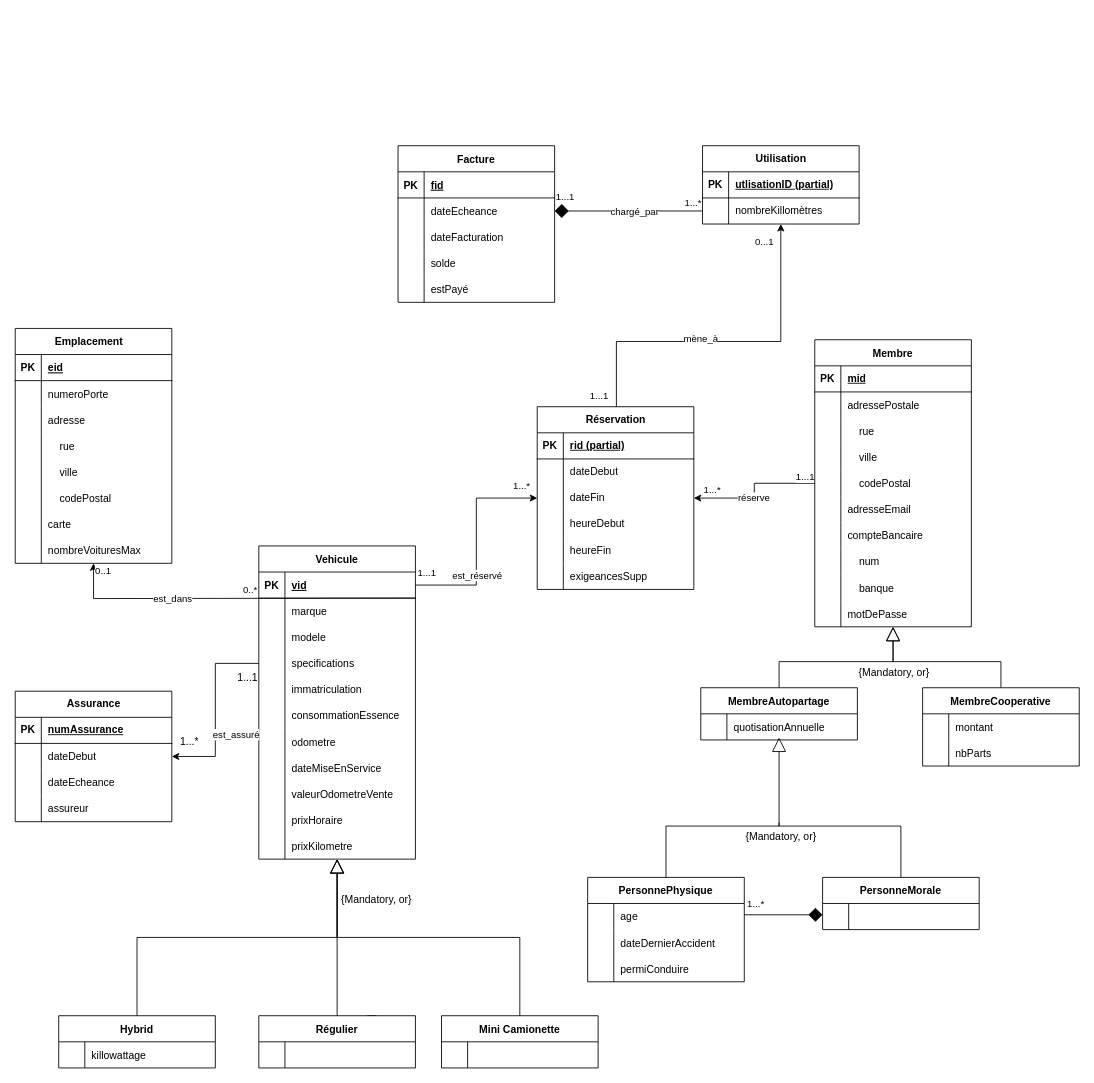
Before: Tp4_Diagram.drawio in R0ma01/INF_3710_tp4, a draw.io diagram. Source tidied: cells renumbered, new cells numbered last; positions are measured from the earlier drawing's top-left corner, leaving out a move shared by most shapes. Both pictures are drawn from the tidied source at 87%, with x=0, y=0 at pixel (15, 145).
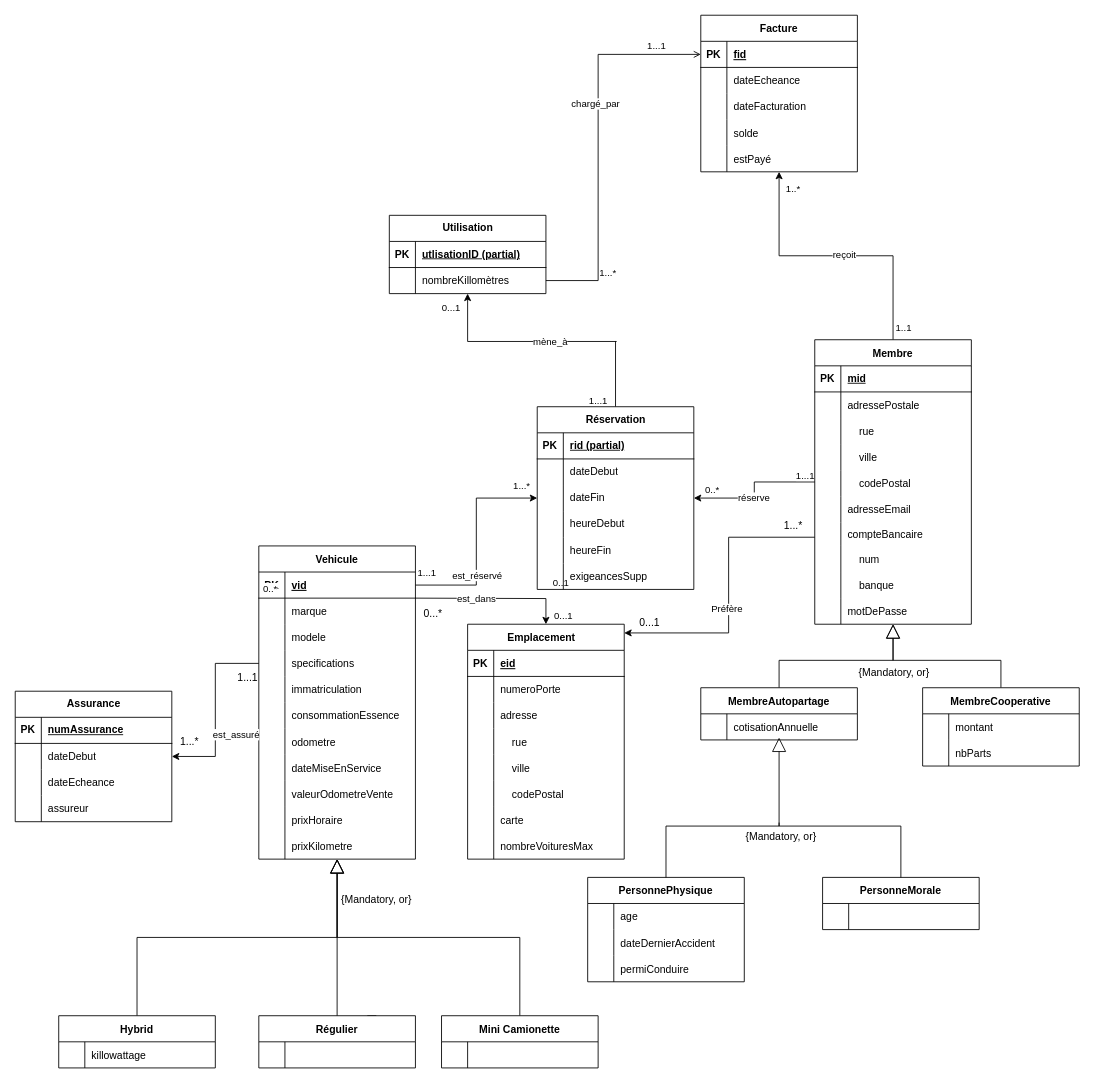
The same diagram, later.

Unchanged cells that the change refers to:
```xml
<mxCell id="105" style="edgeStyle=orthogonalEdgeStyle;rounded=0;jettySize=auto;html=1;exitX=1;exitY=0.5;exitDx=0;exitDy=0;" parent="1" edge="1" target="2">
  <mxGeometry relative="1" as="geometry">
    <mxPoint x="460" y="520" as="sourcePoint" />
  </mxGeometry>
</mxCell>
<mxCell id="111" style="edgeStyle=orthogonalEdgeStyle;rounded=0;jettySize=auto;html=1;entryX=1;entryY=0.5;entryDx=0;entryDy=0;" parent="1" edge="1" source="115" target="203">
  <mxGeometry relative="1" as="geometry" />
</mxCell>
<mxCell id="148" style="shape=tableRow;horizontal=0;startSize=0;swimlaneHead=0;swimlaneBody=0;fillColor=none;points=[[0,0.5],[1,0.5]];portConstraint=eastwest;top=0;left=0;right=0;bottom=0;" parent="147" vertex="1">
  <mxGeometry y="30" width="180" height="30" as="geometry" />
</mxCell>
<mxCell id="153" style="shape=tableRow;horizontal=0;startSize=0;swimlaneHead=0;swimlaneBody=0;fillColor=none;points=[[0,0.5],[1,0.5]];portConstraint=eastwest;top=0;left=0;right=0;bottom=1;" parent="152" vertex="1">
  <mxGeometry y="30" width="180" height="30" as="geometry" />
</mxCell>
<mxCell id="156" style="shape=tableRow;horizontal=0;startSize=0;swimlaneHead=0;swimlaneBody=0;fillColor=none;points=[[0,0.5],[1,0.5]];portConstraint=eastwest;top=0;left=0;right=0;bottom=0;" parent="152" vertex="1">
  <mxGeometry y="60" width="180" height="30" as="geometry" />
</mxCell>
<mxCell id="189" style="shape=tableRow;horizontal=0;startSize=0;swimlaneHead=0;swimlaneBody=0;fillColor=none;points=[[0,0.5],[1,0.5]];portConstraint=eastwest;top=0;left=0;right=0;bottom=0;" parent="185" vertex="1">
  <mxGeometry y="60" width="180" height="30" as="geometry" />
</mxCell>
<mxCell id="192" style="edgeStyle=orthogonalEdgeStyle;rounded=0;jettySize=auto;html=1;entryX=0.5;entryY=1;entryDx=0;entryDy=0;exitX=0.5;exitY=0;exitDx=0;exitDy=0;" parent="1" edge="1" source="196" target="185">
  <mxGeometry relative="1" as="geometry">
    <Array as="points">
      <mxPoint x="691" y="225" />
      <mxPoint x="880" y="225" />
    </Array>
  </mxGeometry>
</mxCell>
```

The edit, as a diff of the source:
```diff
@@
     <mxCell id="2" value="Emplacement   " style="shape=table;startSize=30;childLayout=tableLayout;rowLines=0;fontStyle=1;align=center;" parent="1" vertex="1">
-      <mxGeometry y="210" width="180" height="270" as="geometry" />
+      <mxGeometry x="520" y="550" width="180" height="270" as="geometry" />
     </mxCell>
@@
     <mxCell id="108" value="est_dans" style="edgeLabel;html=1;align=center;verticalAlign=middle;" parent="105" vertex="1">
       <mxGeometry x="-0.06" y="2" relative="1" as="geometry">
-        <mxPoint x="-87" y="-2" as="offset" />
+        <mxPoint x="-15" y="2" as="offset" />
       </mxGeometry>
     </mxCell>
+    <mxCell id="225" value="0...1" style="edgeLabel;html=1;align=center;verticalAlign=middle;" parent="105" vertex="1">
+      <mxGeometry x="-0.83" y="-12" relative="1" as="geometry">
+        <mxPoint x="155" y="8" as="offset" />
+      </mxGeometry>
+    </mxCell>
@@
-    <mxCell id="114" value="1...*" style="edgeLabel;html=1;align=center;verticalAlign=middle;" parent="111" vertex="1">
+    <mxCell id="114" value="0..*" style="edgeLabel;html=1;align=center;verticalAlign=middle;" parent="111" vertex="1">
       <mxGeometry x="0.72" y="-2" relative="1" as="geometry">
         <mxPoint x="-2" y="-8" as="offset" />
       </mxGeometry>
     </mxCell>
+    <mxCell id="226" style="edgeStyle=orthogonalEdgeStyle;rounded=0;jettySize=auto;html=1;" parent="1" edge="1" source="115">
+      <mxGeometry relative="1" as="geometry">
+        <mxPoint x="700" y="560" as="targetPoint" />
+        <Array as="points">
+          <mxPoint x="820" y="450" />
+          <mxPoint x="820" y="560" />
+        </Array>
+      </mxGeometry>
+    </mxCell>
+    <mxCell id="227" value="Préfère" style="edgeLabel;html=1;align=center;verticalAlign=middle;" parent="226" vertex="1">
+      <mxGeometry x="0.1" y="-3" relative="1" as="geometry" />
+    </mxCell>
+    <mxCell id="228" style="edgeStyle=orthogonalEdgeStyle;rounded=0;jettySize=auto;html=1;exitX=0.5;exitY=0;exitDx=0;exitDy=0;" parent="1" edge="1" source="115" target="152">
+      <mxGeometry relative="1" as="geometry" />
+    </mxCell>
+    <mxCell id="229" value="1..*" style="edgeLabel;html=1;align=center;verticalAlign=middle;" parent="228" vertex="1">
+      <mxGeometry x="0.86" y="-7" relative="1" as="geometry">
+        <mxPoint x="8" y="-4" as="offset" />
+      </mxGeometry>
+    </mxCell>
+    <mxCell id="230" value="1..1" style="edgeLabel;html=1;align=center;verticalAlign=middle;" parent="228" vertex="1">
+      <mxGeometry x="-0.85" y="-2" relative="1" as="geometry">
+        <mxPoint x="9" y="9" as="offset" />
+      </mxGeometry>
+    </mxCell>
+    <mxCell id="231" value="reçoit" style="edgeLabel;html=1;align=center;verticalAlign=middle;" parent="228" vertex="1">
+      <mxGeometry x="-0.11" y="-3" relative="1" as="geometry">
+        <mxPoint x="-9" y="2" as="offset" />
+      </mxGeometry>
+    </mxCell>
     <mxCell id="115" value="Membre" style="shape=table;startSize=30;childLayout=tableLayout;rowLines=0;fontStyle=1;align=center;" parent="1" vertex="1">
-      <mxGeometry x="919" y="223" width="180" height="330" as="geometry" />
+      <mxGeometry x="919" y="223" width="180" height="327" as="geometry" />
     </mxCell>
@@
     <mxCell id="134" style="shape=tableRow;horizontal=0;startSize=0;swimlaneHead=0;swimlaneBody=0;fillColor=none;top=0;left=0;right=0;bottom=0;" parent="115" vertex="1">
-      <mxGeometry y="210" width="180" height="30" as="geometry" />
+      <mxGeometry y="210" width="180" height="27" as="geometry" />
     </mxCell>
     <mxCell id="135" style="shape=partialRectangle;fillColor=none;top=0;left=0;bottom=0;right=0;overflow=hidden;" parent="134" vertex="1">
-      <mxGeometry width="30" height="30" as="geometry" />
+      <mxGeometry width="30" height="27" as="geometry" />
     </mxCell>
     <mxCell id="136" value="compteBancaire" style="shape=partialRectangle;fillColor=none;top=0;left=0;bottom=0;right=0;align=left;spacingLeft=6;overflow=hidden;" parent="134" vertex="1">
-      <mxGeometry x="30" width="150" height="30" as="geometry" />
+      <mxGeometry x="30" width="150" height="27" as="geometry" />
     </mxCell>
     <mxCell id="137" style="shape=tableRow;horizontal=0;startSize=0;swimlaneHead=0;swimlaneBody=0;fillColor=none;top=0;left=0;right=0;bottom=0;" parent="115" vertex="1">
-      <mxGeometry y="240" width="180" height="30" as="geometry" />
+      <mxGeometry y="237" width="180" height="30" as="geometry" />
     </mxCell>
@@
     <mxCell id="140" style="shape=tableRow;horizontal=0;startSize=0;swimlaneHead=0;swimlaneBody=0;fillColor=none;top=0;left=0;right=0;bottom=0;" parent="115" vertex="1">
-      <mxGeometry y="270" width="180" height="30" as="geometry" />
+      <mxGeometry y="267" width="180" height="30" as="geometry" />
     </mxCell>
@@
     <mxCell id="143" style="shape=tableRow;horizontal=0;startSize=0;swimlaneHead=0;swimlaneBody=0;fillColor=none;top=0;left=0;right=0;bottom=0;" parent="115" vertex="1">
-      <mxGeometry y="300" width="180" height="30" as="geometry" />
+      <mxGeometry y="297" width="180" height="30" as="geometry" />
     </mxCell>
@@
-    <mxCell id="150" value="quotisationAnnuelle" style="shape=partialRectangle;fillColor=none;top=0;left=0;bottom=0;right=0;align=left;spacingLeft=6;overflow=hidden;" parent="148" vertex="1">
+    <mxCell id="150" value="cotisationAnnuelle" style="shape=partialRectangle;fillColor=none;top=0;left=0;bottom=0;right=0;align=left;spacingLeft=6;overflow=hidden;" parent="148" vertex="1">
       <mxGeometry x="30" width="150" height="30" as="geometry" />
     </mxCell>
@@
     <mxCell id="152" value="Facture" style="shape=table;startSize=30;childLayout=tableLayout;rowLines=0;fontStyle=1;align=center;" parent="1" vertex="1">
-      <mxGeometry x="440" width="180" height="180" as="geometry" />
+      <mxGeometry x="788" y="-150" width="180" height="180" as="geometry" />
     </mxCell>
@@
     <mxCell id="185" value="Utilisation" style="shape=table;startSize=30;childLayout=tableLayout;rowLines=0;fontStyle=1;align=center;html=1;" parent="1" vertex="1">
-      <mxGeometry x="790" width="180" height="90" as="geometry" />
+      <mxGeometry x="430" y="80" width="180" height="90" as="geometry" />
     </mxCell>
@@
     <mxCell id="193" value="mène_à" style="edgeLabel;html=1;align=center;verticalAlign=middle;" parent="192" vertex="1">
-      <mxGeometry x="-0.14" y="4" relative="1" as="geometry" />
+      <mxGeometry x="-0.14" y="4" relative="1" as="geometry">
+        <mxPoint x="-23" y="-5" as="offset" />
+      </mxGeometry>
     </mxCell>
@@
-    <mxCell id="219" style="edgeStyle=orthogonalEdgeStyle;rounded=0;jettySize=auto;html=1;entryX=1;entryY=0.5;entryDx=0;entryDy=0;endArrow=diamond;endFill=1;endSize=14;" parent="1" edge="1" source="189" target="156">
-      <mxGeometry relative="1" as="geometry" />
+    <mxCell id="219" style="edgeStyle=orthogonalEdgeStyle;rounded=0;jettySize=auto;html=1;endArrow=open;endFill=0;endSize=6;entryX=0;entryY=0.5;entryDx=0;entryDy=0;" parent="1" edge="1" source="189" target="153">
+      <mxGeometry relative="1" as="geometry">
+        <Array as="points">
+          <mxPoint x="670" y="155" />
+          <mxPoint x="670" y="-105" />
+        </Array>
+      </mxGeometry>
     </mxCell>
     <mxCell id="220" value="chargé_par" style="edgeLabel;html=1;align=center;verticalAlign=middle;" parent="219" vertex="1">
       <mxGeometry x="0.25" relative="1" as="geometry">
-        <mxPoint x="27" as="offset" />
+        <mxPoint x="-4" y="10" as="offset" />
       </mxGeometry>
     </mxCell>
     <mxCell id="221" value="1...1" style="edgeLabel;html=1;align=center;verticalAlign=middle;" parent="219" vertex="1">
       <mxGeometry x="0.84" y="2" relative="1" as="geometry">
-        <mxPoint x="-3" y="-19" as="offset" />
+        <mxPoint x="-17" y="-9" as="offset" />
       </mxGeometry>
     </mxCell>
@@
-    <mxCell id="223" style="edgeStyle=orthogonalEdgeStyle;rounded=0;orthogonalLoop=1;jettySize=auto;html=1;entryX=1;entryY=0.5;entryDx=0;entryDy=0;endArrow=none;endFill=0;endSize=14;startArrow=diamond;startFill=1;targetPerimeterSpacing=14;sourcePerimeterSpacing=1;startSize=14;" parent="1" edge="1">
-      <mxGeometry relative="1" as="geometry">
-        <mxPoint x="928" y="884" as="sourcePoint" />
-        <mxPoint x="838" y="884" as="targetPoint" />
-        <Array as="points">
-          <mxPoint x="910" y="884" />
-          <mxPoint x="910" y="884" />
-        </Array>
-      </mxGeometry>
-    </mxCell>
+    <mxCell id="232" value="0...1" style="text;html=1;align=center;verticalAlign=middle;strokeColor=none;fillColor=none;" parent="1" vertex="1">
+      <mxGeometry x="704" y="534" width="50" height="30" as="geometry" />
+    </mxCell>
-    <mxCell id="224" value="1...*" style="edgeLabel;html=1;align=center;verticalAlign=middle;" parent="223" vertex="1">
-      <mxGeometry x="-0.69" relative="1" as="geometry">
-        <mxPoint x="-64" y="-13" as="offset" />
-      </mxGeometry>
+    <mxCell id="224" value="1...*" style="text;html=1;align=center;verticalAlign=middle;strokeColor=none;fillColor=none;" parent="1" vertex="1">
+      <mxGeometry x="874" y="422" width="40" height="30" as="geometry" />
     </mxCell>
+    <mxCell id="233" value="0...*" style="text;html=1;align=center;verticalAlign=middle;strokeColor=none;fillColor=none;" parent="1" vertex="1">
+      <mxGeometry x="460" y="523" width="40" height="30" as="geometry" />
+    </mxCell>
```
